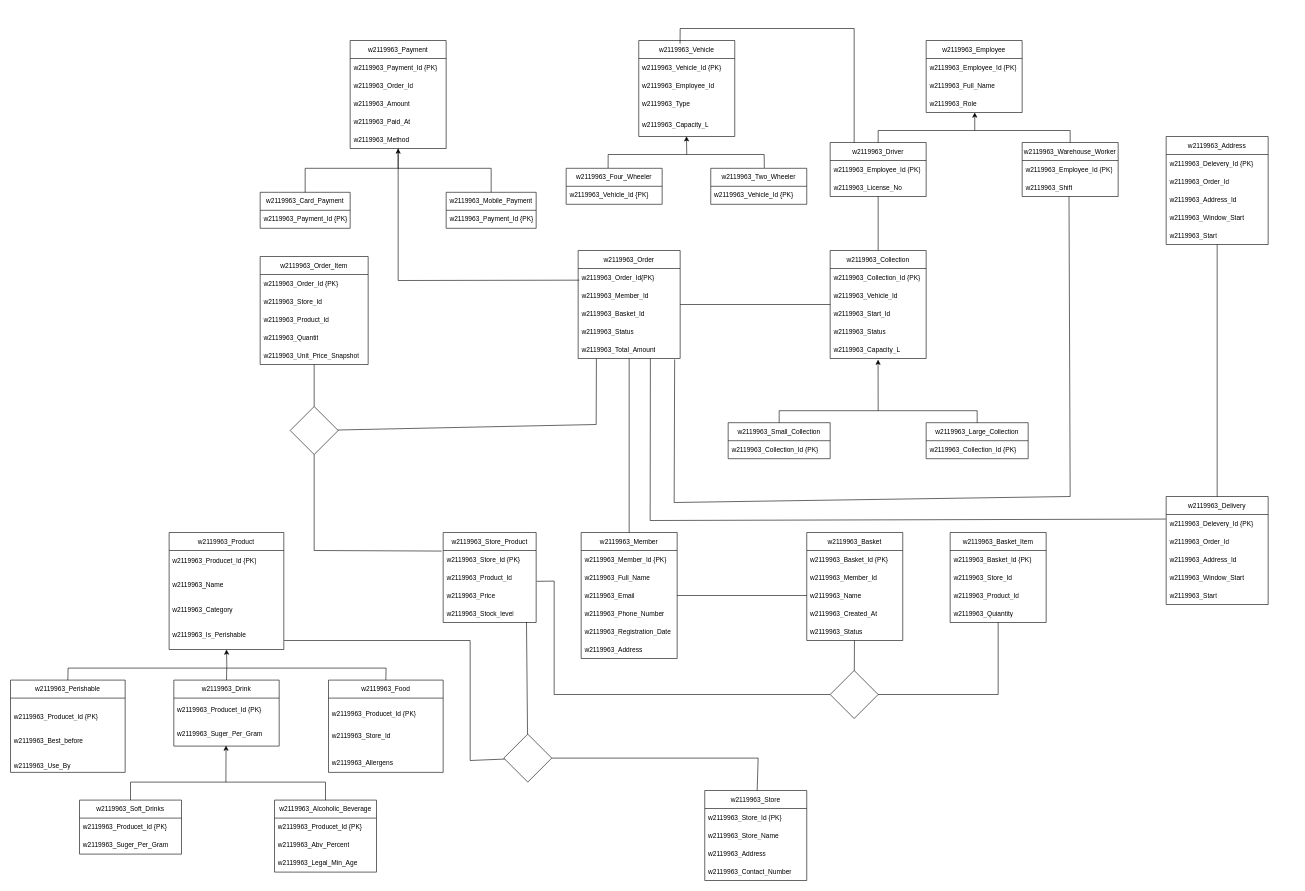
Anuja-jayasinghe/DrawIo_Projects keeps this draw.io diagram as page "fuck-around" (2 of 2) of DB_CW_partA.drawio. Above is the earlier version. Source tidied: cells renumbered, new cells numbered last; positions are measured from the earlier drawing's top-left corner, leaving out a move shared by most shapes. Both pictures are drawn from the tidied source at 60%, with x=0, y=0 at pixel (10, 28).
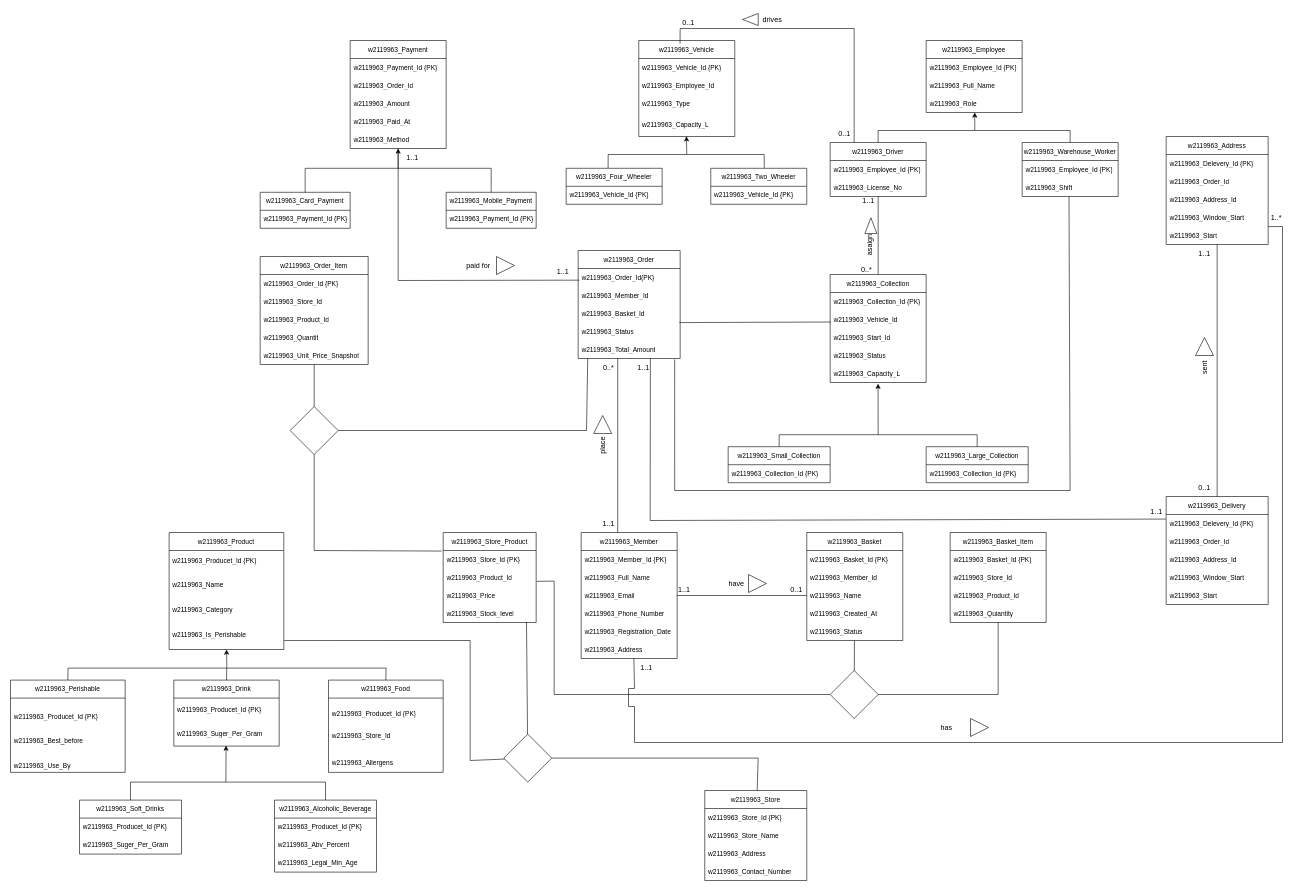
The same diagram, later.

Unchanged cells that the change refers to:
```xml
<mxCell id="2" value="w2119963_Member" style="swimlane;fontStyle=0;horizontal=1;startSize=30;whiteSpace=wrap;html=1;fontSize=11;" parent="1" vertex="1">
  <mxGeometry x="951.1" y="840" width="160" height="210" as="geometry" />
</mxCell>
<mxCell id="8" value="&lt;span style=&quot;text-align: center;&quot;&gt;w2119963_Address&lt;/span&gt;" style="text;strokeColor=none;fillColor=none;align=left;verticalAlign=middle;spacingLeft=4;spacingRight=4;overflow=hidden;points=[[0,0.5],[1,0.5]];portConstraint=eastwest;whiteSpace=wrap;html=1;fontSize=11;" parent="2" vertex="1">
  <mxGeometry y="180" width="160" height="30" as="geometry" />
</mxCell>
<mxCell id="25" value="w2119963_Order" style="swimlane;fontStyle=0;horizontal=1;startSize=30;whiteSpace=wrap;html=1;fontSize=11;" parent="1" vertex="1">
  <mxGeometry x="946.1" y="370" width="170" height="180" as="geometry" />
</mxCell>
<mxCell id="29" value="&lt;span style=&quot;text-align: center;&quot;&gt;w2119963_S&lt;/span&gt;tatus" style="text;strokeColor=none;fillColor=none;align=left;verticalAlign=middle;spacingLeft=4;spacingRight=4;overflow=hidden;points=[[0,0.5],[1,0.5]];portConstraint=eastwest;whiteSpace=wrap;html=1;fontSize=11;" parent="25" vertex="1">
  <mxGeometry y="120" width="170" height="30" as="geometry" />
</mxCell>
<mxCell id="30" value="&lt;span style=&quot;text-align: center;&quot;&gt;w2119963_Total_Amount&lt;/span&gt;" style="text;strokeColor=none;fillColor=none;align=left;verticalAlign=middle;spacingLeft=4;spacingRight=4;overflow=hidden;points=[[0,0.5],[1,0.5]];portConstraint=eastwest;whiteSpace=wrap;html=1;fontSize=11;" parent="25" vertex="1">
  <mxGeometry y="150" width="170" height="30" as="geometry" />
</mxCell>
<mxCell id="42" value="&lt;span style=&quot;text-align: center;&quot;&gt;w2119963_Start&lt;/span&gt;" style="text;strokeColor=none;fillColor=none;align=left;verticalAlign=middle;spacingLeft=4;spacingRight=4;overflow=hidden;points=[[0,0.5],[1,0.5]];portConstraint=eastwest;whiteSpace=wrap;html=1;fontSize=11;" parent="37" vertex="1">
  <mxGeometry y="150" width="170" height="30" as="geometry" />
</mxCell>
<mxCell id="59" value="w2119963_Driver" style="swimlane;fontStyle=0;horizontal=1;startSize=30;whiteSpace=wrap;html=1;fontSize=11;" parent="54" vertex="1">
  <mxGeometry y="170" width="160" height="90" as="geometry" />
</mxCell>
<mxCell id="64" value="&lt;span style=&quot;text-align: center;&quot;&gt;w2119963_Shift&lt;/span&gt;" style="text;strokeColor=none;fillColor=none;align=left;verticalAlign=middle;spacingLeft=4;spacingRight=4;overflow=hidden;points=[[0,0.5],[1,0.5]];portConstraint=eastwest;whiteSpace=wrap;html=1;fontSize=11;" parent="62" vertex="1">
  <mxGeometry y="60" width="160" height="30" as="geometry" />
</mxCell>
<mxCell id="106" value="&lt;span style=&quot;text-align: center;&quot;&gt;w2119963_I&lt;/span&gt;s_Perishable" style="text;strokeColor=none;fillColor=none;align=left;verticalAlign=middle;spacingLeft=4;spacingRight=4;overflow=hidden;points=[[0,0.5],[1,0.5]];portConstraint=eastwest;whiteSpace=wrap;html=1;fontSize=11;" parent="92" vertex="1">
  <mxGeometry x="264.4" y="149.8" width="191.1" height="41.3" as="geometry" />
</mxCell>
<mxCell id="134" style="rhombus;whiteSpace=wrap;html=1;" parent="1" vertex="1">
  <mxGeometry x="466.1" y="630" width="80" height="80" as="geometry" />
</mxCell>
<mxCell id="149" value="&lt;span style=&quot;text-align: center;&quot;&gt;w2119963_Ve&lt;/span&gt;hicle_Id" style="text;strokeColor=none;fillColor=none;align=left;verticalAlign=middle;spacingLeft=4;spacingRight=4;overflow=hidden;points=[[0,0.5],[1,0.5]];portConstraint=eastwest;whiteSpace=wrap;html=1;fontSize=11;" parent="147" vertex="1">
  <mxGeometry y="60" width="160" height="30" as="geometry" />
</mxCell>
```

What changed in the source:
```diff
@@
-    <mxCell id="135" style="endArrow=none;html=1;rounded=0;entryX=0.179;entryY=1.017;entryDx=0;entryDy=0;entryPerimeter=0;" parent="1" edge="1" source="134" target="30">
+    <mxCell id="135" style="endArrow=none;html=1;rounded=0;entryX=0.094;entryY=0.981;entryDx=0;entryDy=0;entryPerimeter=0;" parent="1" edge="1" source="134" target="30">
       <mxGeometry relative="1" as="geometry">
         <Array as="points">
-          <mxPoint x="976.1" y="660" />
+          <mxPoint x="960" y="670" />
         </Array>
       </mxGeometry>
     </mxCell>
@@
     <mxCell id="138" style="endArrow=none;html=1;rounded=0;exitX=0.488;exitY=1;exitDx=0;exitDy=0;exitPerimeter=0;entryX=0.946;entryY=1.051;entryDx=0;entryDy=0;entryPerimeter=0;" parent="1" edge="1" source="64" target="30">
       <mxGeometry relative="1" as="geometry">
         <Array as="points">
-          <mxPoint x="1766.1" y="780" />
-          <mxPoint x="1106.1" y="790" />
+          <mxPoint x="1766" y="770" />
+          <mxPoint x="1107" y="770" />
         </Array>
       </mxGeometry>
     </mxCell>
-    <mxCell id="139" style="group;" parent="1" vertex="1">
-      <mxGeometry x="1196.1" y="370" width="500" height="347" as="geometry" />
-    </mxCell>
+    <mxCell id="153" style="endArrow=none;html=1;rounded=0;exitX=0.5;exitY=0;exitDx=0;exitDy=0;" parent="1" edge="1" source="147" target="59">
+      <mxGeometry relative="1" as="geometry" />
+    </mxCell>
+    <mxCell id="154" style="endArrow=none;html=1;rounded=0;exitX=0.992;exitY=0.005;exitDx=0;exitDy=0;exitPerimeter=0;entryX=0.007;entryY=0.64;entryDx=0;entryDy=0;entryPerimeter=0;" parent="1" edge="1" source="29" target="149">
+      <mxGeometry relative="1" as="geometry" />
+    </mxCell>
+    <mxCell id="155" style="endArrow=none;html=1;rounded=0;exitX=0.75;exitY=1;exitDx=0;exitDy=0;entryX=0.75;entryY=0;entryDx=0;entryDy=0;" parent="1" edge="1" source="166" target="165">
+      <mxGeometry relative="1" as="geometry" />
+    </mxCell>
+    <mxCell id="156" style="rhombus;whiteSpace=wrap;html=1;" parent="1" vertex="1">
+      <mxGeometry x="822.1" y="1176" width="80" height="80" as="geometry" />
+    </mxCell>
+    <mxCell id="157" style="endArrow=none;html=1;rounded=0;exitX=1.003;exitY=0.732;exitDx=0;exitDy=0;exitPerimeter=0;" parent="1" edge="1" source="106" target="156">
+      <mxGeometry relative="1" as="geometry">
+        <Array as="points">
+          <mxPoint x="766.1" y="1020" />
+          <mxPoint x="766.1" y="1220" />
+        </Array>
+      </mxGeometry>
+    </mxCell>
+    <mxCell id="158" style="endArrow=none;html=1;rounded=0;entryX=1.001;entryY=0.004;entryDx=0;entryDy=0;entryPerimeter=0;exitX=0.549;exitY=0.985;exitDx=0;exitDy=0;exitPerimeter=0;" parent="1" edge="1" source="8" target="42">
+      <mxGeometry relative="1" as="geometry">
+        <Array as="points">
+          <mxPoint x="1040" y="1100" />
+          <mxPoint x="1030" y="1100" />
+          <mxPoint x="1030" y="1130" />
+          <mxPoint x="1040" y="1130" />
+          <mxPoint x="1040" y="1190" />
+          <mxPoint x="2120" y="1190" />
+          <mxPoint x="2120" y="330" />
+        </Array>
+      </mxGeometry>
+    </mxCell>
+    <mxCell id="159" value="1..1" style="text;html=1;whiteSpace=wrap;strokeColor=none;fillColor=none;align=center;verticalAlign=middle;rounded=0;" parent="1" vertex="1">
+      <mxGeometry x="1030" y="1050" width="60" height="30" as="geometry" />
+    </mxCell>
+    <mxCell id="160" style="triangle;whiteSpace=wrap;html=1;" parent="1" vertex="1">
+      <mxGeometry x="1600" y="1150" width="30" height="30" as="geometry" />
+    </mxCell>
+    <mxCell id="161" value="has" style="text;html=1;whiteSpace=wrap;strokeColor=none;fillColor=none;align=center;verticalAlign=middle;rounded=0;" parent="1" vertex="1">
+      <mxGeometry x="1530" y="1150" width="60" height="30" as="geometry" />
+    </mxCell>
+    <mxCell id="162" value="1..*" style="text;html=1;whiteSpace=wrap;strokeColor=none;fillColor=none;align=center;verticalAlign=middle;rounded=0;" parent="1" vertex="1">
+      <mxGeometry x="2080" y="300" width="60" height="30" as="geometry" />
+    </mxCell>
+    <mxCell id="163" value="1..1" style="text;html=1;whiteSpace=wrap;strokeColor=none;fillColor=none;align=center;verticalAlign=middle;rounded=0;" parent="1" vertex="1">
+      <mxGeometry x="1093" y="920" width="60" height="30" as="geometry" />
+    </mxCell>
+    <mxCell id="164" value="0..1" style="text;html=1;whiteSpace=wrap;strokeColor=none;fillColor=none;align=center;verticalAlign=middle;rounded=0;" parent="1" vertex="1">
+      <mxGeometry x="1280" y="920" width="60" height="30" as="geometry" />
+    </mxCell>
+    <mxCell id="165" value="0..*" style="text;html=1;whiteSpace=wrap;strokeColor=none;fillColor=none;align=center;verticalAlign=middle;rounded=0;" parent="1" vertex="1">
+      <mxGeometry x="967" y="550" width="60" height="30" as="geometry" />
+    </mxCell>
+    <mxCell id="166" value="1..1" style="text;html=1;whiteSpace=wrap;strokeColor=none;fillColor=none;align=center;verticalAlign=middle;rounded=0;" parent="1" vertex="1">
+      <mxGeometry x="967" y="810" width="60" height="30" as="geometry" />
+    </mxCell>
+    <mxCell id="167" style="group;" parent="1" vertex="1">
+      <mxGeometry x="1180" y="910" width="80" height="30" as="geometry" />
+    </mxCell>
+    <mxCell id="168" style="triangle;whiteSpace=wrap;html=1;" parent="167" vertex="1">
+      <mxGeometry x="50" width="30" height="30" as="geometry" />
+    </mxCell>
+    <mxCell id="169" value="have" style="text;html=1;whiteSpace=wrap;strokeColor=none;fillColor=none;align=center;verticalAlign=middle;rounded=0;" parent="167" vertex="1">
+      <mxGeometry width="60" height="30" as="geometry" />
+    </mxCell>
+    <mxCell id="170" style="group;rotation=-90;" parent="1" vertex="1">
+      <mxGeometry x="947" y="670" width="80" height="30" as="geometry" />
+    </mxCell>
+    <mxCell id="171" style="triangle;whiteSpace=wrap;html=1;rotation=-90;" parent="170" vertex="1">
+      <mxGeometry x="25" y="-25" width="30" height="30" as="geometry" />
+    </mxCell>
+    <mxCell id="172" value="place" style="text;html=1;whiteSpace=wrap;strokeColor=none;fillColor=none;align=center;verticalAlign=middle;rounded=0;rotation=-90;" parent="170" vertex="1">
+      <mxGeometry x="10" y="10" width="60" height="30" as="geometry" />
+    </mxCell>
+    <mxCell id="173" style="group;" parent="1" vertex="1">
+      <mxGeometry x="750" y="380" width="90" height="30" as="geometry" />
+    </mxCell>
+    <mxCell id="174" style="triangle;whiteSpace=wrap;html=1;" parent="173" vertex="1">
+      <mxGeometry x="60" width="30" height="30" as="geometry" />
+    </mxCell>
+    <mxCell id="175" value="paid for" style="text;html=1;whiteSpace=wrap;strokeColor=none;fillColor=none;align=center;verticalAlign=middle;rounded=0;" parent="173" vertex="1">
+      <mxGeometry width="60" height="30" as="geometry" />
+    </mxCell>
+    <mxCell id="176" value="1..1" style="text;html=1;whiteSpace=wrap;strokeColor=none;fillColor=none;align=center;verticalAlign=middle;rounded=0;" parent="1" vertex="1">
+      <mxGeometry x="640" y="200" width="60" height="30" as="geometry" />
+    </mxCell>
+    <mxCell id="177" value="1..1" style="text;html=1;whiteSpace=wrap;strokeColor=none;fillColor=none;align=center;verticalAlign=middle;rounded=0;" parent="1" vertex="1">
+      <mxGeometry x="891.1" y="390" width="60" height="30" as="geometry" />
+    </mxCell>
+    <mxCell id="178" style="group;rotation=-90;" parent="1" vertex="1">
+      <mxGeometry x="1950" y="540" width="80" height="30" as="geometry" />
+    </mxCell>
+    <mxCell id="179" style="triangle;whiteSpace=wrap;html=1;rotation=-90;" parent="178" vertex="1">
+      <mxGeometry x="25" y="-25" width="30" height="30" as="geometry" />
+    </mxCell>
+    <mxCell id="180" value="sent" style="text;html=1;whiteSpace=wrap;strokeColor=none;fillColor=none;align=center;verticalAlign=middle;rounded=0;rotation=-90;" parent="178" vertex="1">
+      <mxGeometry x="10" y="10" width="60" height="30" as="geometry" />
+    </mxCell>
+    <mxCell id="181" value="1..1" style="text;html=1;whiteSpace=wrap;strokeColor=none;fillColor=none;align=center;verticalAlign=middle;rounded=0;" parent="1" vertex="1">
+      <mxGeometry x="1025" y="550" width="60" height="30" as="geometry" />
+    </mxCell>
+    <mxCell id="182" value="1..1" style="text;html=1;whiteSpace=wrap;strokeColor=none;fillColor=none;align=center;verticalAlign=middle;rounded=0;" parent="1" vertex="1">
+      <mxGeometry x="1880" y="790" width="60" height="30" as="geometry" />
+    </mxCell>
+    <mxCell id="183" value="0..1" style="text;html=1;whiteSpace=wrap;strokeColor=none;fillColor=none;align=center;verticalAlign=middle;rounded=0;" parent="1" vertex="1">
+      <mxGeometry x="1960" y="750" width="60" height="30" as="geometry" />
+    </mxCell>
+    <mxCell id="184" value="1..1" style="text;html=1;whiteSpace=wrap;strokeColor=none;fillColor=none;align=center;verticalAlign=middle;rounded=0;" parent="1" vertex="1">
+      <mxGeometry x="1960" y="360" width="60" height="30" as="geometry" />
+    </mxCell>
-    <mxCell id="140" style="group;" parent="139" vertex="1">
-      <mxGeometry y="57" width="500" height="290" as="geometry" />
+    <mxCell id="140" style="group;" parent="1" vertex="1">
+      <mxGeometry x="1196.1" y="467" width="500" height="290" as="geometry" />
     </mxCell>
@@
-    <mxCell id="147" value="w2119963_Collection" style="swimlane;fontStyle=0;horizontal=1;startSize=30;whiteSpace=wrap;html=1;fontSize=11;" parent="139" vertex="1">
-      <mxGeometry x="170" width="160" height="180" as="geometry" />
+    <mxCell id="147" value="w2119963_Collection" style="swimlane;fontStyle=0;horizontal=1;startSize=30;whiteSpace=wrap;html=1;fontSize=11;" parent="1" vertex="1">
+      <mxGeometry x="1366.1" y="410" width="160" height="180" as="geometry" />
     </mxCell>
@@
-    <mxCell id="153" style="endArrow=none;html=1;rounded=0;exitX=0.5;exitY=0;exitDx=0;exitDy=0;" parent="1" edge="1" source="147" target="59">
-      <mxGeometry relative="1" as="geometry" />
-    </mxCell>
-    <mxCell id="154" style="endArrow=none;html=1;rounded=0;" parent="1" edge="1" source="25" target="147">
-      <mxGeometry relative="1" as="geometry" />
-    </mxCell>
-    <mxCell id="155" style="endArrow=none;html=1;rounded=0;" parent="1" edge="1" source="2" target="25">
-      <mxGeometry relative="1" as="geometry" />
-    </mxCell>
-    <mxCell id="156" style="rhombus;whiteSpace=wrap;html=1;" parent="1" vertex="1">
-      <mxGeometry x="822.1" y="1176" width="80" height="80" as="geometry" />
-    </mxCell>
-    <mxCell id="157" style="endArrow=none;html=1;rounded=0;exitX=1.003;exitY=0.732;exitDx=0;exitDy=0;exitPerimeter=0;" parent="1" edge="1" source="106" target="156">
-      <mxGeometry relative="1" as="geometry">
-        <Array as="points">
-          <mxPoint x="766.1" y="1020" />
-          <mxPoint x="766.1" y="1220" />
-        </Array>
-      </mxGeometry>
-    </mxCell>
+    <mxCell id="185" style="group;" parent="1" vertex="1">
+      <mxGeometry x="1423" y="313.5" width="21" height="68.7" as="geometry" />
+    </mxCell>
+    <mxCell id="186" style="triangle;whiteSpace=wrap;html=1;rotation=-90;" parent="185" vertex="1">
+      <mxGeometry x="-2.1" y="5.1" width="26.2" height="20" as="geometry" />
+    </mxCell>
+    <mxCell id="187" value="asaign" style="text;html=1;whiteSpace=wrap;strokeColor=none;fillColor=none;align=center;verticalAlign=middle;rounded=0;rotation=-90;" parent="185" vertex="1">
+      <mxGeometry x="-16.2" y="37.5" width="52.5" height="20" as="geometry" />
+    </mxCell>
+    <mxCell id="188" value="1..1" style="text;html=1;whiteSpace=wrap;strokeColor=none;fillColor=none;align=center;verticalAlign=middle;rounded=0;" parent="1" vertex="1">
+      <mxGeometry x="1400" y="273" width="60" height="30" as="geometry" />
+    </mxCell>
+    <mxCell id="189" value="0..*" style="text;html=1;whiteSpace=wrap;strokeColor=none;fillColor=none;align=center;verticalAlign=middle;rounded=0;" parent="1" vertex="1">
+      <mxGeometry x="1397" y="387" width="60" height="30" as="geometry" />
+    </mxCell>
+    <mxCell id="190" value="drives" style="text;html=1;whiteSpace=wrap;strokeColor=none;fillColor=none;align=center;verticalAlign=middle;rounded=0;" parent="1" vertex="1">
+      <mxGeometry x="1240" y="-30" width="60" height="30" as="geometry" />
+    </mxCell>
+    <mxCell id="191" style="triangle;whiteSpace=wrap;html=1;rotation=-180;" parent="1" vertex="1">
+      <mxGeometry x="1220" y="-25" width="26.2" height="20" as="geometry" />
+    </mxCell>
+    <mxCell id="192" value="0..1" style="text;html=1;whiteSpace=wrap;strokeColor=none;fillColor=none;align=center;verticalAlign=middle;rounded=0;" parent="1" vertex="1">
+      <mxGeometry x="1100" y="-25" width="60" height="30" as="geometry" />
+    </mxCell>
+    <mxCell id="193" value="0..1" style="text;html=1;whiteSpace=wrap;strokeColor=none;fillColor=none;align=center;verticalAlign=middle;rounded=0;" parent="1" vertex="1">
+      <mxGeometry x="1360" y="160" width="60" height="30" as="geometry" />
+    </mxCell>
```
